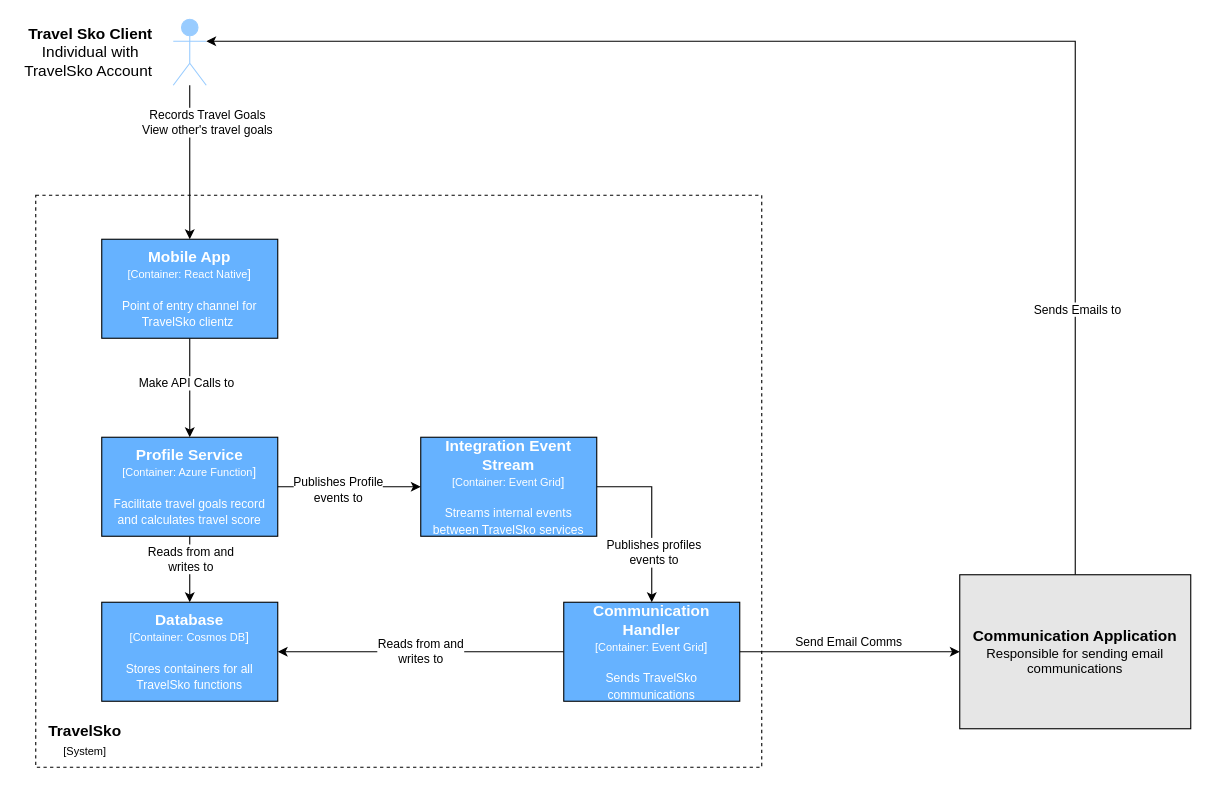
nolo28mokgosi/nolo28mokgosi.github.io keeps this draw.io diagram as page "Container" (2 of 3) of design/TravelSko Design.drawio. Above is the earlier version. Source tidied: cells renumbered, new cells numbered last; positions are measured from the earlier drawing's top-left corner, leaving out a move shared by most shapes. Both pictures are drawn from the tidied source at 110%, with x=0, y=0 at pixel (19, 19).
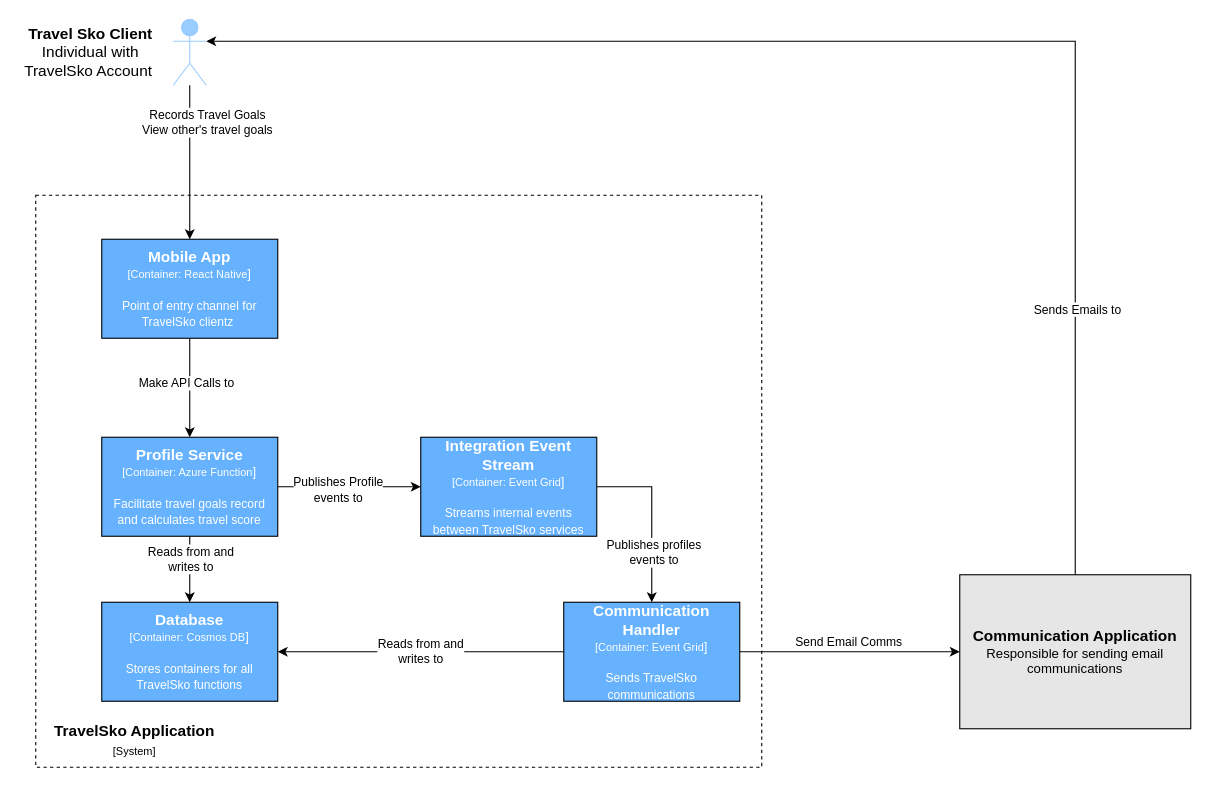
The same diagram, later.

The edit, as a diff of the source:
```diff
@@
-    <mxCell id="15" value="&lt;b&gt;TravelSko&lt;/b&gt;&lt;br&gt;&lt;font style=&quot;font-size: 10px&quot;&gt;[System]&lt;/font&gt;" style="text;html=1;strokeColor=none;fillColor=none;align=center;verticalAlign=middle;whiteSpace=wrap;rounded=0;fontSize=14;" parent="1" vertex="1">
-      <mxGeometry x="25" y="640" width="70" height="30" as="geometry" />
+    <mxCell id="15" value="&lt;b&gt;TravelSko Application&lt;/b&gt;&lt;br&gt;&lt;font style=&quot;font-size: 10px&quot;&gt;[System]&lt;/font&gt;" style="text;html=1;strokeColor=none;fillColor=none;align=center;verticalAlign=middle;whiteSpace=wrap;rounded=0;fontSize=14;" parent="1" vertex="1">
+      <mxGeometry x="25" y="640" width="160" height="30" as="geometry" />
     </mxCell>
```
